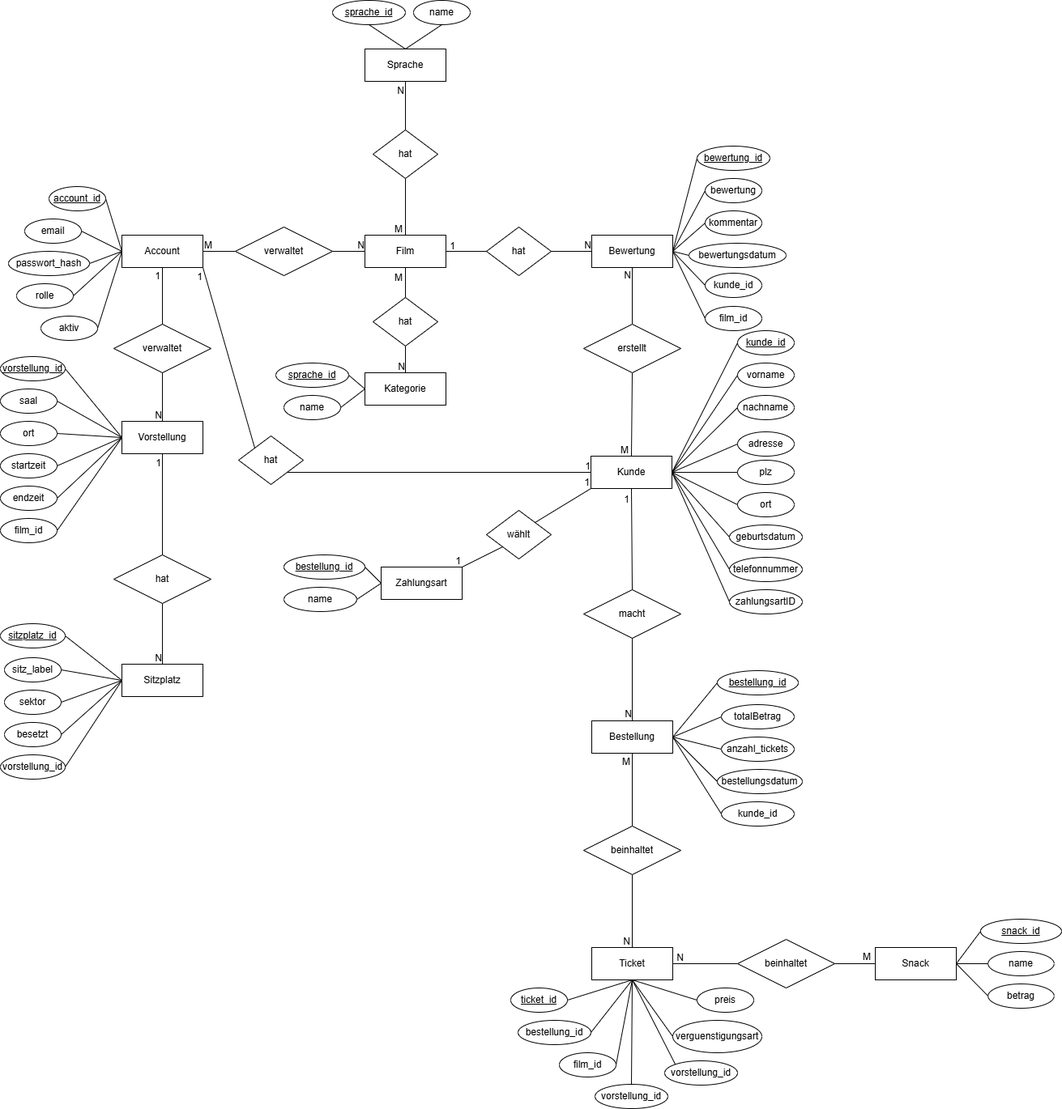
The draw.io diagram docs/ERM_kino_ticket_manager.drawio.png in tuanayildiz9/movie_ticket_manager, before a commit. Source tidied: cells renumbered, new cells last; positions are measured from the earlier drawing's top-left corner, leaving out a move shared by most shapes.
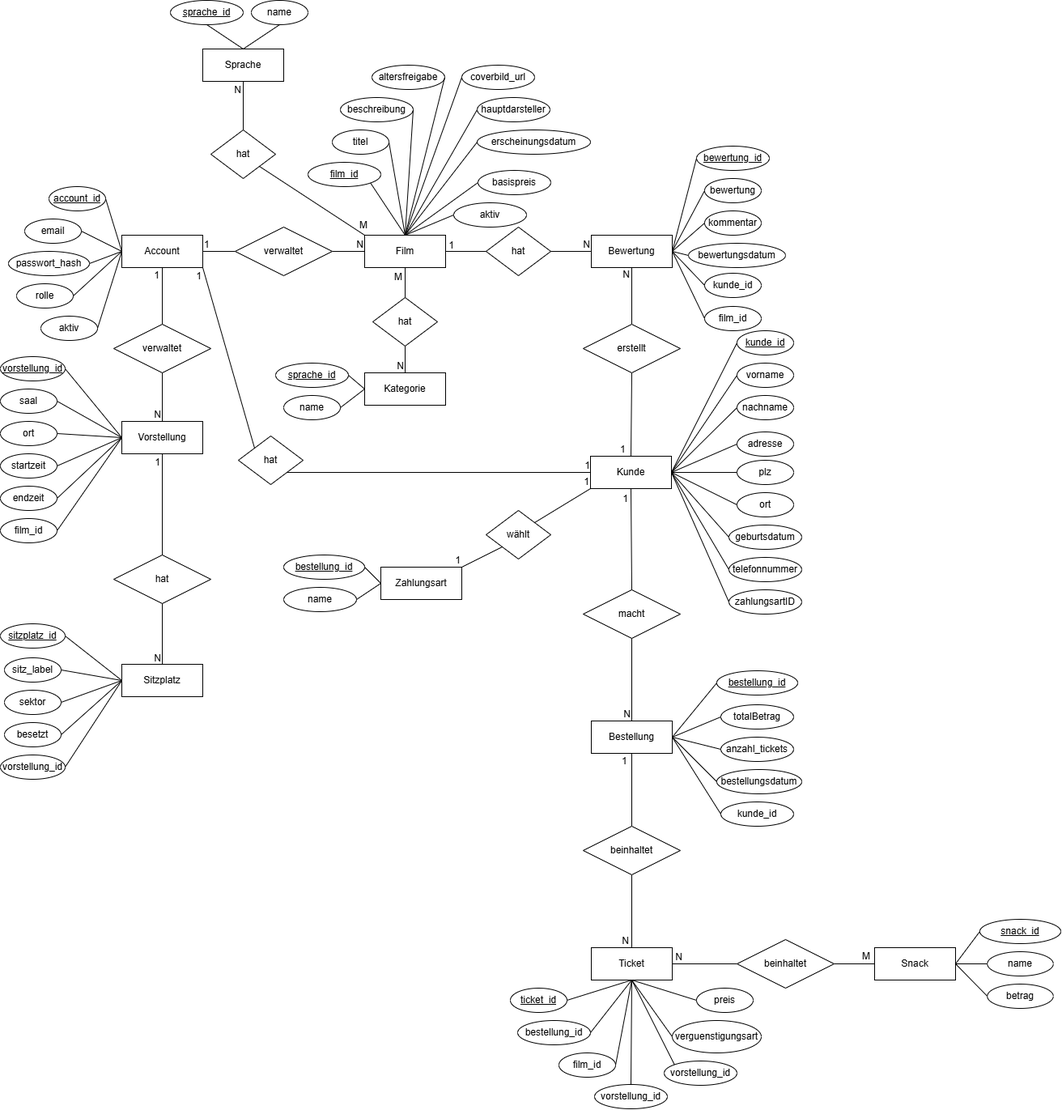
After the commit.

Diff of the diagram source:
```diff
@@ -37,7 +37,7 @@
     <mxCell id="12" style="endArrow=none;html=1;rounded=0;exitX=1;exitY=0.5;exitDx=0;exitDy=0;entryX=0;entryY=0.5;entryDx=0;entryDy=0;" parent="1" edge="1" source="2" target="14">
       <mxGeometry relative="1" as="geometry" />
     </mxCell>
-    <mxCell id="13" value="M" style="html=1;whiteSpace=wrap;align=left;verticalAlign=bottom;" parent="12" vertex="1">
+    <mxCell id="13" value="1" style="html=1;whiteSpace=wrap;align=left;verticalAlign=bottom;" parent="12" vertex="1">
       <mxGeometry x="-1" relative="1" as="geometry" />
     </mxCell>
     <mxCell id="14" value="verwaltet" style="shape=rhombus;perimeter=rhombusPerimeter;whiteSpace=wrap;html=1;align=center;" parent="1" vertex="1">
@@ -174,7 +174,7 @@
     <mxCell id="57" style="endArrow=none;html=1;rounded=0;entryX=0.5;entryY=1;entryDx=0;entryDy=0;exitX=0.5;exitY=0;exitDx=0;exitDy=0;" parent="1" edge="1" source="15" target="59">
       <mxGeometry relative="1" as="geometry" />
     </mxCell>
-    <mxCell id="58" value="M" style="html=1;whiteSpace=wrap;align=left;verticalAlign=bottom;" parent="57" vertex="1">
+    <mxCell id="58" value="1" style="html=1;whiteSpace=wrap;align=left;verticalAlign=bottom;" parent="57" vertex="1">
       <mxGeometry x="-1" relative="1" as="geometry">
         <mxPoint x="-15" as="offset" />
       </mxGeometry>
@@ -213,7 +213,7 @@
     <mxCell id="68" style="endArrow=none;html=1;rounded=0;entryX=0.5;entryY=0;entryDx=0;entryDy=0;exitX=0.5;exitY=1;exitDx=0;exitDy=0;" parent="1" edge="1" source="61" target="70">
       <mxGeometry relative="1" as="geometry" />
     </mxCell>
-    <mxCell id="69" value="M" style="html=1;whiteSpace=wrap;align=left;verticalAlign=bottom;" parent="68" vertex="1">
+    <mxCell id="69" value="1" style="html=1;whiteSpace=wrap;align=left;verticalAlign=bottom;" parent="68" vertex="1">
       <mxGeometry x="-1" relative="1" as="geometry">
         <mxPoint x="-14" y="18" as="offset" />
       </mxGeometry>
@@ -494,7 +494,7 @@
       <mxGeometry relative="1" as="geometry" />
     </mxCell>
     <mxCell id="159" value="Sprache" style="whiteSpace=wrap;html=1;align=center;" parent="1" vertex="1">
-      <mxGeometry x="450" y="60" width="100" height="40" as="geometry" />
+      <mxGeometry x="250" y="60" width="100" height="40" as="geometry" />
     </mxCell>
     <mxCell id="160" value="Kategorie" style="whiteSpace=wrap;html=1;align=center;" parent="1" vertex="1">
       <mxGeometry x="450" y="460" width="100" height="40" as="geometry" />
@@ -524,22 +524,22 @@
         <mxPoint x="-1" y="19" as="offset" />
       </mxGeometry>
     </mxCell>
-    <mxCell id="168" style="endArrow=none;html=1;rounded=0;entryX=0.5;entryY=1;entryDx=0;entryDy=0;exitX=0.5;exitY=0;exitDx=0;exitDy=0;" parent="1" edge="1" source="9" target="170">
+    <mxCell id="168" style="endArrow=none;html=1;rounded=0;entryX=1;entryY=1;entryDx=0;entryDy=0;exitX=0;exitY=0;exitDx=0;exitDy=0;" parent="1" edge="1" source="9" target="170">
       <mxGeometry relative="1" as="geometry" />
     </mxCell>
     <mxCell id="169" value="M" style="html=1;whiteSpace=wrap;align=left;verticalAlign=bottom;" parent="168" vertex="1">
       <mxGeometry x="-1" relative="1" as="geometry">
-        <mxPoint x="-15" as="offset" />
+        <mxPoint x="-8" y="-4" as="offset" />
       </mxGeometry>
     </mxCell>
     <mxCell id="170" value="hat" style="rhombus;whiteSpace=wrap;html=1;" parent="1" vertex="1">
-      <mxGeometry x="460" y="160" width="80" height="60" as="geometry" />
+      <mxGeometry x="260" y="160" width="80" height="60" as="geometry" />
     </mxCell>
     <mxCell id="171" value="sprache_id" style="ellipse;whiteSpace=wrap;html=1;align=center;fontStyle=4;" parent="1" vertex="1">
-      <mxGeometry x="410" width="90" height="30" as="geometry" />
+      <mxGeometry x="210" width="90" height="30" as="geometry" />
     </mxCell>
     <mxCell id="172" value="name" style="ellipse;whiteSpace=wrap;html=1;align=center;" parent="1" vertex="1">
-      <mxGeometry x="510" width="70" height="30" as="geometry" />
+      <mxGeometry x="310" width="70" height="30" as="geometry" />
     </mxCell>
     <mxCell id="173" style="endArrow=none;html=1;rounded=0;entryX=0.5;entryY=0;entryDx=0;entryDy=0;exitX=0.5;exitY=1;exitDx=0;exitDy=0;" parent="1" edge="1" source="171" target="159">
       <mxGeometry relative="1" as="geometry" />
@@ -559,5 +559,59 @@
     <mxCell id="178" style="endArrow=none;html=1;rounded=0;entryX=1;entryY=0.5;entryDx=0;entryDy=0;exitX=0;exitY=0.5;exitDx=0;exitDy=0;" parent="1" edge="1" source="160" target="176">
       <mxGeometry relative="1" as="geometry" />
     </mxCell>
+    <mxCell id="179" value="film_id" style="ellipse;whiteSpace=wrap;html=1;align=center;fontStyle=4;" parent="1" vertex="1">
+      <mxGeometry x="380" y="200" width="90" height="30" as="geometry" />
+    </mxCell>
+    <mxCell id="180" value="titel" style="ellipse;whiteSpace=wrap;html=1;align=center;" parent="1" vertex="1">
+      <mxGeometry x="410" y="160" width="70" height="30" as="geometry" />
+    </mxCell>
+    <mxCell id="181" value="beschreibung" style="ellipse;whiteSpace=wrap;html=1;align=center;" parent="1" vertex="1">
+      <mxGeometry x="420" y="120" width="90" height="30" as="geometry" />
+    </mxCell>
+    <mxCell id="182" value="altersfreigabe" style="ellipse;whiteSpace=wrap;html=1;align=center;" parent="1" vertex="1">
+      <mxGeometry x="459" y="80" width="90" height="30" as="geometry" />
+    </mxCell>
+    <mxCell id="183" value="coverbild_url" style="ellipse;whiteSpace=wrap;html=1;align=center;" parent="1" vertex="1">
+      <mxGeometry x="570" y="80" width="90" height="30" as="geometry" />
+    </mxCell>
+    <mxCell id="184" value="hauptdarsteller" style="ellipse;whiteSpace=wrap;html=1;align=center;" parent="1" vertex="1">
+      <mxGeometry x="589" y="120" width="90" height="30" as="geometry" />
+    </mxCell>
+    <mxCell id="185" value="erscheinungsdatum" style="ellipse;whiteSpace=wrap;html=1;align=center;" parent="1" vertex="1">
+      <mxGeometry x="589" y="160" width="140" height="30" as="geometry" />
+    </mxCell>
+    <mxCell id="186" value="basispreis" style="ellipse;whiteSpace=wrap;html=1;align=center;" parent="1" vertex="1">
+      <mxGeometry x="590" y="210" width="90" height="30" as="geometry" />
+    </mxCell>
+    <mxCell id="187" value="aktiv" style="ellipse;whiteSpace=wrap;html=1;align=center;" parent="1" vertex="1">
+      <mxGeometry x="560" y="250" width="90" height="30" as="geometry" />
+    </mxCell>
+    <mxCell id="188" style="endArrow=none;html=1;rounded=0;entryX=1;entryY=1;entryDx=0;entryDy=0;exitX=0.5;exitY=0;exitDx=0;exitDy=0;" parent="1" edge="1" source="9" target="179">
+      <mxGeometry relative="1" as="geometry" />
+    </mxCell>
+    <mxCell id="189" style="endArrow=none;html=1;rounded=0;entryX=1;entryY=0.5;entryDx=0;entryDy=0;exitX=0.5;exitY=0;exitDx=0;exitDy=0;" parent="1" edge="1" source="9" target="180">
+      <mxGeometry relative="1" as="geometry" />
+    </mxCell>
+    <mxCell id="190" style="endArrow=none;html=1;rounded=0;entryX=1;entryY=0.5;entryDx=0;entryDy=0;exitX=0.5;exitY=0;exitDx=0;exitDy=0;" parent="1" edge="1" source="9" target="181">
+      <mxGeometry relative="1" as="geometry" />
+    </mxCell>
+    <mxCell id="191" style="endArrow=none;html=1;rounded=0;entryX=1;entryY=0.5;entryDx=0;entryDy=0;exitX=0.5;exitY=0;exitDx=0;exitDy=0;" parent="1" edge="1" source="9" target="182">
+      <mxGeometry relative="1" as="geometry" />
+    </mxCell>
+    <mxCell id="192" style="endArrow=none;html=1;rounded=0;entryX=0;entryY=0.5;entryDx=0;entryDy=0;exitX=0.5;exitY=0;exitDx=0;exitDy=0;" parent="1" edge="1" source="9" target="183">
+      <mxGeometry relative="1" as="geometry" />
+    </mxCell>
+    <mxCell id="193" style="endArrow=none;html=1;rounded=0;entryX=0;entryY=0.5;entryDx=0;entryDy=0;exitX=0.5;exitY=0;exitDx=0;exitDy=0;" parent="1" edge="1" source="9" target="184">
+      <mxGeometry relative="1" as="geometry" />
+    </mxCell>
+    <mxCell id="194" style="endArrow=none;html=1;rounded=0;entryX=0;entryY=0.5;entryDx=0;entryDy=0;exitX=0.5;exitY=0;exitDx=0;exitDy=0;" parent="1" edge="1" source="9" target="185">
+      <mxGeometry relative="1" as="geometry" />
+    </mxCell>
+    <mxCell id="195" style="endArrow=none;html=1;rounded=0;entryX=0;entryY=0.5;entryDx=0;entryDy=0;exitX=0.5;exitY=0;exitDx=0;exitDy=0;" parent="1" edge="1" source="9" target="186">
+      <mxGeometry relative="1" as="geometry" />
+    </mxCell>
+    <mxCell id="196" style="endArrow=none;html=1;rounded=0;entryX=0;entryY=0.5;entryDx=0;entryDy=0;exitX=0.5;exitY=0;exitDx=0;exitDy=0;" parent="1" edge="1" source="9" target="187">
+      <mxGeometry relative="1" as="geometry" />
+    </mxCell>
   </root>
 </mxGraphModel>
```
